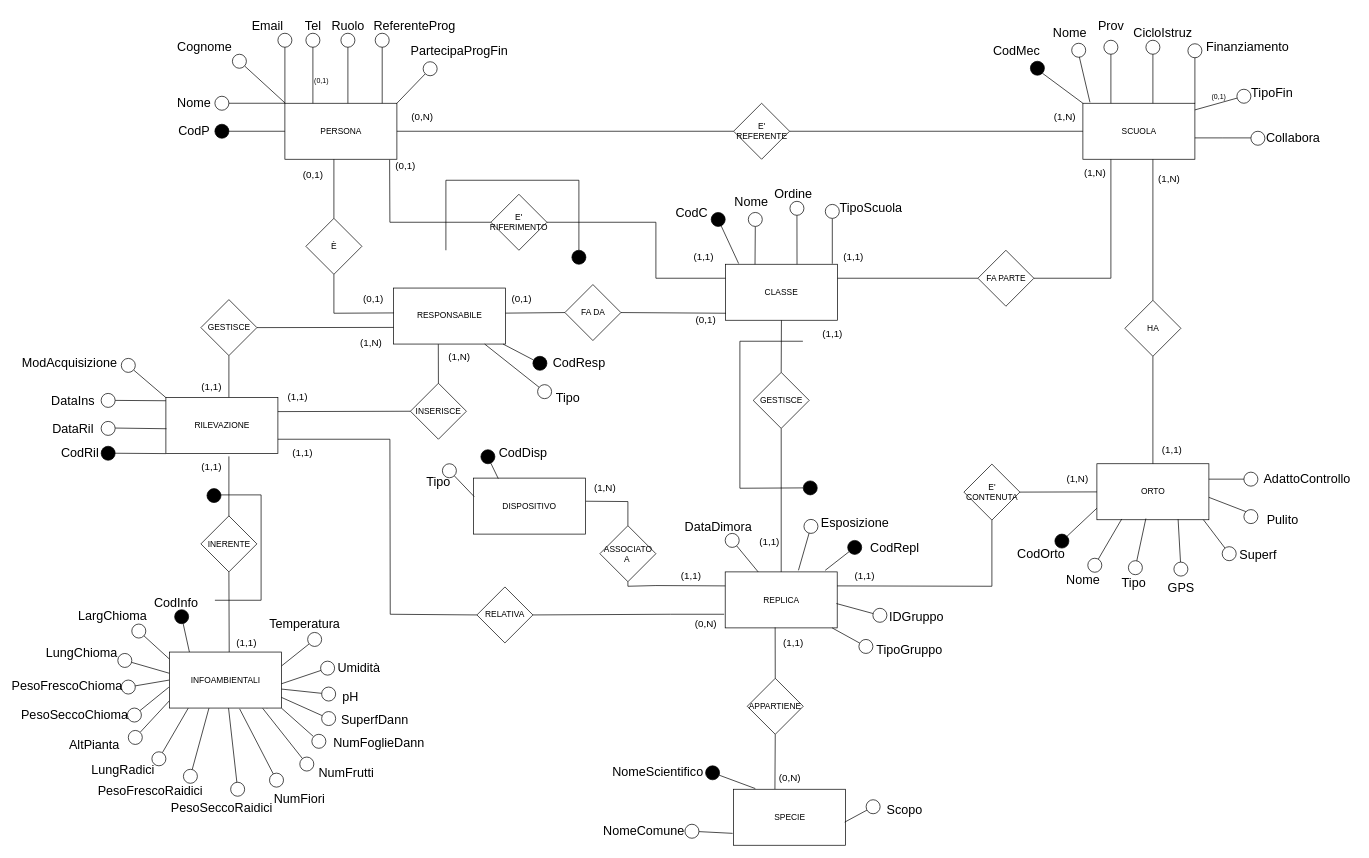
Before: Modifica/ER_restructured_modifica.drawio in pizzo-kyle/unige, a draw.io diagram. Source tidied: cells renumbered, new cells numbered last; positions are measured from the earlier drawing's top-left corner, leaving out a move shared by most shapes. Both pictures are drawn from the tidied source at 70%, with x=0, y=0 at pixel (38, 12).
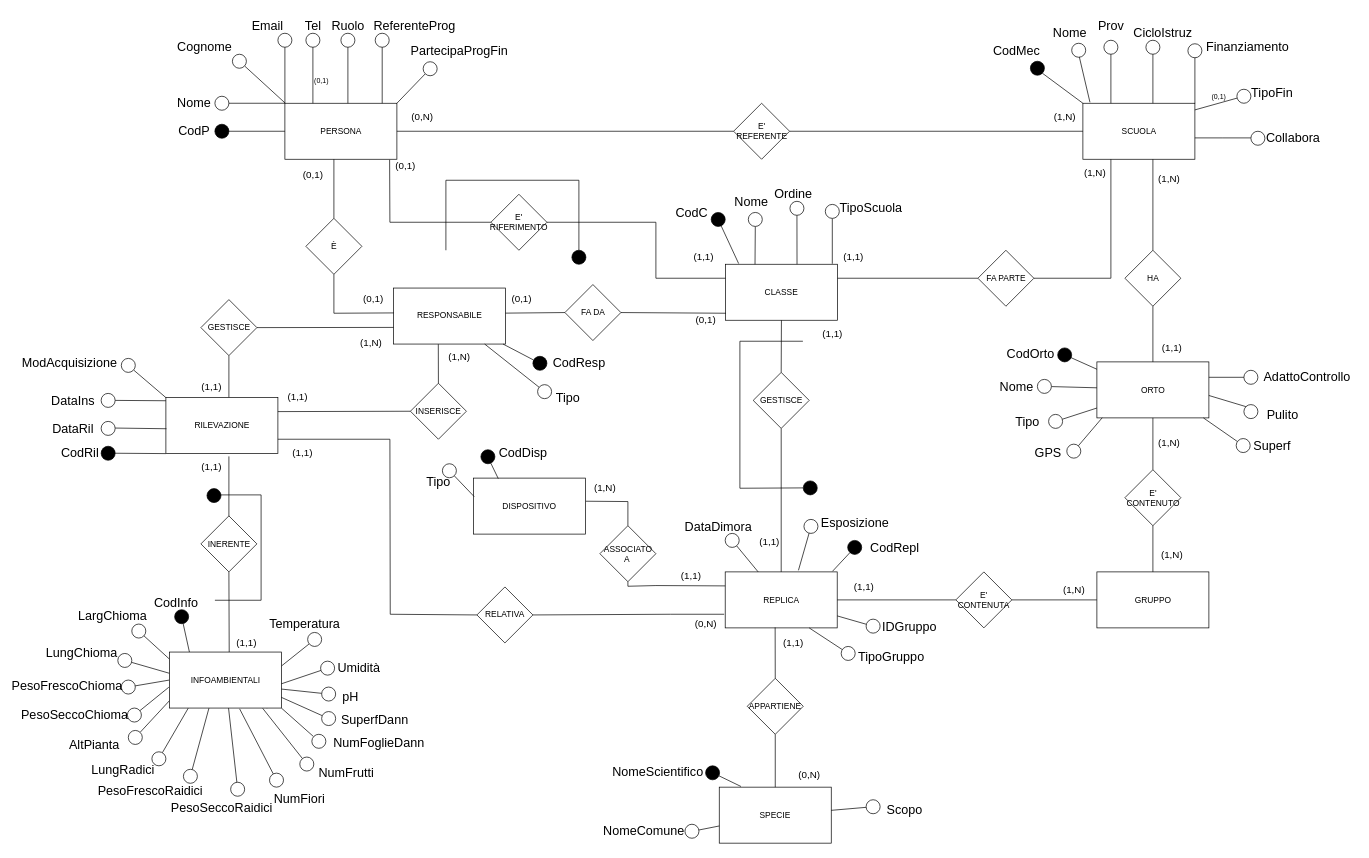
The same page after the edit.

Unchanged cells that the change refers to:
```xml
<mxCell id="9" value="REPLICA" style="rounded=0;whiteSpace=wrap;html=1;" parent="1" vertex="1">
  <mxGeometry x="981.5" y="799.5" width="160" height="80" as="geometry" />
</mxCell>
<mxCell id="160" style="ellipse;whiteSpace=wrap;html=1;fillColor=#FFFFFF;direction=south;gradientColor=none;" parent="1" vertex="1">
  <mxGeometry x="1182.8" y="1125" width="20" height="20" as="geometry" />
</mxCell>
<mxCell id="167" style="ellipse;whiteSpace=wrap;html=1;fillColor=#FFFFFF;direction=south;gradientColor=none;fontColor=#000000;" parent="1" vertex="1">
  <mxGeometry x="924" y="1160" width="20" height="20" as="geometry" />
</mxCell>
<mxCell id="180" value="APPARTIENE" style="rhombus;whiteSpace=wrap;html=1;fontColor=#000000;" parent="1" vertex="1">
  <mxGeometry x="1013" y="951.5" width="80" height="80" as="geometry" />
</mxCell>
<mxCell id="233" style="ellipse;whiteSpace=wrap;html=1;fillColor=#000000;direction=south;gradientColor=none;" parent="1" vertex="1">
  <mxGeometry x="1156.5" y="754.5" width="20" height="20" as="geometry" />
</mxCell>
```

Diff of the diagram source:
```diff
@@
     <mxCell id="6" value="ORTO" style="rounded=0;whiteSpace=wrap;html=1;" parent="1" vertex="1">
-      <mxGeometry x="1512.5" y="645" width="160" height="80" as="geometry" />
+      <mxGeometry x="1512.5" y="499.5" width="160" height="80" as="geometry" />
     </mxCell>
@@
-    <mxCell id="63" style="endArrow=none;html=1;rounded=0;entryX=0.893;entryY=-0.028;entryDx=0;entryDy=0;entryPerimeter=0;" parent="1" edge="1" source="233" target="9">
+    <mxCell id="63" style="endArrow=none;html=1;rounded=0;entryX=0.958;entryY=-0.011;entryDx=0;entryDy=0;entryPerimeter=0;" parent="1" edge="1" source="233" target="9">
       <mxGeometry relative="1" as="geometry" />
     </mxCell>
@@
-    <mxCell id="65" style="endArrow=none;html=1;rounded=0;entryX=0.993;entryY=0.565;entryDx=0;entryDy=0;fontColor=#000000;entryPerimeter=0;" parent="1" edge="1" source="67" target="9">
+    <mxCell id="65" style="endArrow=none;html=1;rounded=0;fontColor=#000000;" parent="1" edge="1" source="67" target="9">
       <mxGeometry relative="1" as="geometry" />
     </mxCell>
     <mxCell id="66" value="&lt;span style=&quot;font-size: 18px;&quot;&gt;IDGruppo&lt;/span&gt;" style="text;html=1;strokeColor=none;fillColor=none;align=center;verticalAlign=middle;whiteSpace=wrap;rounded=0;fontColor=#000000;" parent="1" vertex="1">
-      <mxGeometry x="1230" y="848.5" width="50" height="30" as="geometry" />
+      <mxGeometry x="1220.2" y="864" width="50" height="30" as="geometry" />
     </mxCell>
     <mxCell id="67" style="ellipse;whiteSpace=wrap;html=1;fillColor=#FFFFFF;direction=south;gradientColor=none;fontColor=#000000;" parent="1" vertex="1">
-      <mxGeometry x="1192.5" y="851.5" width="20" height="20" as="geometry" />
+      <mxGeometry x="1182.8" y="867" width="20" height="20" as="geometry" />
     </mxCell>
@@
     <mxCell id="71" value="&lt;span style=&quot;font-size: 18px;&quot;&gt;Nome&lt;/span&gt;" style="text;html=1;strokeColor=none;fillColor=none;align=center;verticalAlign=middle;whiteSpace=wrap;rounded=0;" parent="1" vertex="1">
-      <mxGeometry x="1462.5" y="791" width="60" height="40" as="geometry" />
+      <mxGeometry x="1367.5" y="514.5" width="60" height="40" as="geometry" />
     </mxCell>
-    <mxCell id="72" style="endArrow=none;html=1;rounded=0;entryX=0.437;entryY=0.979;entryDx=0;entryDy=0;entryPerimeter=0;" parent="1" edge="1" source="73" target="6">
+    <mxCell id="72" style="endArrow=none;html=1;rounded=0;" parent="1" edge="1" source="73" target="6">
       <mxGeometry relative="1" as="geometry" />
     </mxCell>
     <mxCell id="73" style="ellipse;whiteSpace=wrap;html=1;fillColor=#FFFFFF;direction=south;gradientColor=none;" parent="1" vertex="1">
-      <mxGeometry x="1557.5" y="783.5" width="20" height="20" as="geometry" />
+      <mxGeometry x="1443.5" y="574.5" width="20" height="20" as="geometry" />
     </mxCell>
     <mxCell id="74" value="&lt;span style=&quot;font-size: 18px;&quot;&gt;Tipo&lt;/span&gt;" style="text;html=1;strokeColor=none;fillColor=none;align=center;verticalAlign=middle;whiteSpace=wrap;rounded=0;" parent="1" vertex="1">
-      <mxGeometry x="1542.5" y="794.5" width="45" height="40" as="geometry" />
+      <mxGeometry x="1391" y="564.5" width="45" height="40" as="geometry" />
     </mxCell>
-    <mxCell id="75" style="endArrow=none;html=1;rounded=0;" parent="1" edge="1" source="78">
+    <mxCell id="75" style="endArrow=none;html=1;rounded=0;entryX=0.866;entryY=0.998;entryDx=0;entryDy=0;entryPerimeter=0;" parent="1" edge="1" source="78">
       <mxGeometry relative="1" as="geometry">
-        <mxPoint x="1628.5" y="724.2" as="targetPoint" />
+        <mxPoint x="1520.1" y="579.3" as="targetPoint" />
       </mxGeometry>
     </mxCell>
     <mxCell id="76" value="&lt;span style=&quot;font-size: 18px;&quot;&gt;GPS&lt;/span&gt;" style="text;html=1;strokeColor=none;fillColor=none;align=center;verticalAlign=middle;whiteSpace=wrap;rounded=0;" parent="1" vertex="1">
-      <mxGeometry x="1612.5" y="805.5" width="40" height="34" as="geometry" />
+      <mxGeometry x="1422.5" y="612.5" width="40" height="34" as="geometry" />
     </mxCell>
@@
     <mxCell id="78" style="ellipse;whiteSpace=wrap;html=1;fillColor=#FFFFFF;direction=south;gradientColor=none;" parent="1" vertex="1">
-      <mxGeometry x="1622.5" y="785.5" width="20" height="20" as="geometry" />
+      <mxGeometry x="1469.5" y="617" width="20" height="20" as="geometry" />
     </mxCell>
     <mxCell id="79" value="&lt;span style=&quot;font-size: 18px;&quot;&gt;Superf&lt;/span&gt;" style="text;html=1;strokeColor=none;fillColor=none;align=center;verticalAlign=middle;whiteSpace=wrap;rounded=0;" parent="1" vertex="1">
-      <mxGeometry x="1722.5" y="754.5" width="40" height="40" as="geometry" />
+      <mxGeometry x="1742.5" y="600" width="40" height="40" as="geometry" />
     </mxCell>
     <mxCell id="80" style="endArrow=none;html=1;rounded=0;exitX=0;exitY=1;exitDx=0;exitDy=0;entryX=1;entryY=1;entryDx=0;entryDy=0;" parent="1" edge="1" source="81">
       <mxGeometry relative="1" as="geometry">
-        <mxPoint x="1672.5" y="693" as="targetPoint" />
+        <mxPoint x="1672.5" y="547.5" as="targetPoint" />
       </mxGeometry>
     </mxCell>
     <mxCell id="81" style="ellipse;whiteSpace=wrap;html=1;fillColor=#FFFFFF;direction=south;gradientColor=none;" parent="1" vertex="1">
-      <mxGeometry x="1722.5" y="710.5" width="20" height="20" as="geometry" />
+      <mxGeometry x="1722.5" y="560.5" width="20" height="20" as="geometry" />
     </mxCell>
     <mxCell id="82" value="&lt;span style=&quot;font-size: 18px;&quot;&gt;Pulito&lt;/span&gt;" style="text;html=1;strokeColor=none;fillColor=none;align=center;verticalAlign=middle;whiteSpace=wrap;rounded=0;" parent="1" vertex="1">
-      <mxGeometry x="1752.5" y="704.5" width="50" height="40" as="geometry" />
+      <mxGeometry x="1752.5" y="554.5" width="50" height="40" as="geometry" />
     </mxCell>
@@
     <mxCell id="95" style="ellipse;whiteSpace=wrap;html=1;fillColor=#FFFFFF;direction=south;gradientColor=none;" parent="1" vertex="1">
-      <mxGeometry x="1691.5" y="763.5" width="20" height="20" as="geometry" />
+      <mxGeometry x="1711.5" y="609" width="20" height="20" as="geometry" />
     </mxCell>
-    <mxCell id="96" style="endArrow=none;html=1;rounded=0;exitX=0.222;exitY=0.986;exitDx=0;exitDy=0;exitPerimeter=0;" parent="1" edge="1" source="6" target="97">
-      <mxGeometry relative="1" as="geometry" />
+    <mxCell id="96" style="endArrow=none;html=1;rounded=0;" parent="1" edge="1" target="97">
+      <mxGeometry relative="1" as="geometry">
+        <mxPoint x="1512.5" y="536.5" as="sourcePoint" />
+      </mxGeometry>
     </mxCell>
     <mxCell id="97" style="ellipse;whiteSpace=wrap;html=1;fillColor=#FFFFFF;direction=south;gradientColor=none;" parent="1" vertex="1">
-      <mxGeometry x="1499.5" y="780" width="20" height="20" as="geometry" />
+      <mxGeometry x="1427.5" y="524.5" width="20" height="20" as="geometry" />
     </mxCell>
@@
     <mxCell id="156" value="SPECIE" style="rounded=0;whiteSpace=wrap;html=1;" parent="1" vertex="1">
-      <mxGeometry x="993.5" y="1110" width="160" height="80" as="geometry" />
+      <mxGeometry x="973" y="1107" width="160" height="80" as="geometry" />
     </mxCell>
@@
-    <mxCell id="159" style="endArrow=none;html=1;rounded=0;entryX=1;entryY=0.25;entryDx=0;entryDy=0;" parent="1" edge="1" source="160">
-      <mxGeometry relative="1" as="geometry">
-        <mxPoint x="1152.2" y="1157" as="targetPoint" />
-      </mxGeometry>
+    <mxCell id="159" style="endArrow=none;html=1;rounded=0;" parent="1" edge="1" source="160" target="156">
+      <mxGeometry relative="1" as="geometry" />
     </mxCell>
@@
-    <mxCell id="161" style="endArrow=none;html=1;rounded=0;entryX=-0.009;entryY=0.413;entryDx=0;entryDy=0;entryPerimeter=0;fontColor=#000000;" parent="1" edge="1" source="167">
-      <mxGeometry relative="1" as="geometry">
-        <mxPoint x="992.1" y="1173" as="targetPoint" />
-      </mxGeometry>
+    <mxCell id="161" style="endArrow=none;html=1;rounded=0;fontColor=#000000;" parent="1" edge="1" source="167" target="156">
+      <mxGeometry relative="1" as="geometry" />
     </mxCell>
@@
     <mxCell id="174" value="HA" style="rhombus;whiteSpace=wrap;html=1;" parent="1" vertex="1">
-      <mxGeometry x="1552.5" y="411.5" width="80" height="80" as="geometry" />
+      <mxGeometry x="1552.5" y="340" width="80" height="80" as="geometry" />
     </mxCell>
@@
     <mxCell id="177" value="&lt;font style=&quot;font-size: 14px;&quot;&gt;(1,1)&lt;/font&gt;" style="text;html=1;strokeColor=none;fillColor=none;align=center;verticalAlign=middle;whiteSpace=wrap;rounded=0;" parent="1" vertex="1">
-      <mxGeometry x="1596.5" y="614.5" width="46" height="20" as="geometry" />
+      <mxGeometry x="1596.5" y="469" width="46" height="20" as="geometry" />
     </mxCell>
@@
-    <mxCell id="182" style="endArrow=none;html=1;rounded=0;entryX=0.369;entryY=-0.003;entryDx=0;entryDy=0;exitX=0.5;exitY=1;exitDx=0;exitDy=0;entryPerimeter=0;fontColor=#000000;" parent="1" edge="1" source="180" target="156">
+    <mxCell id="182" style="endArrow=none;html=1;rounded=0;entryX=0.5;entryY=0;entryDx=0;entryDy=0;exitX=0.5;exitY=1;exitDx=0;exitDy=0;fontColor=#000000;" parent="1" edge="1" source="180" target="156">
       <mxGeometry relative="1" as="geometry" />
     </mxCell>
     <mxCell id="183" value="&lt;font style=&quot;font-size: 14px;&quot;&gt;(&lt;font&gt;0&lt;/font&gt;,N)&lt;/font&gt;" style="text;html=1;strokeColor=none;fillColor=none;align=center;verticalAlign=middle;whiteSpace=wrap;rounded=0;fontColor=#000000;" parent="1" vertex="1">
-      <mxGeometry x="1050.5" y="1083" width="46" height="20" as="geometry" />
+      <mxGeometry x="1078.5" y="1080" width="46" height="20" as="geometry" />
     </mxCell>
@@
     <mxCell id="188" value="E' CONTENUTA" style="rhombus;whiteSpace=wrap;html=1;" parent="1" vertex="1">
-      <mxGeometry x="1322.5" y="645.5" width="80" height="80" as="geometry" />
+      <mxGeometry x="1311" y="799.5" width="80" height="80" as="geometry" />
     </mxCell>
-    <mxCell id="189" style="endArrow=none;html=1;rounded=0;entryX=1;entryY=0.25;entryDx=0;entryDy=0;exitX=0.5;exitY=1;exitDx=0;exitDy=0;" parent="1" edge="1" source="188" target="9">
-      <mxGeometry relative="1" as="geometry">
-        <Array as="points">
-          <mxPoint x="1362.5" y="820" />
-        </Array>
-      </mxGeometry>
+    <mxCell id="189" style="endArrow=none;html=1;rounded=0;entryX=1;entryY=0.5;entryDx=0;entryDy=0;exitX=0;exitY=0.5;exitDx=0;exitDy=0;" parent="1" edge="1" source="188" target="9">
+      <mxGeometry relative="1" as="geometry" />
     </mxCell>
-    <mxCell id="190" style="endArrow=none;html=1;rounded=0;exitX=1;exitY=0.5;exitDx=0;exitDy=0;" parent="1" edge="1" source="188" target="6">
+    <mxCell id="190" style="endArrow=none;html=1;rounded=0;exitX=1;exitY=0.5;exitDx=0;exitDy=0;" parent="1" edge="1" source="188" target="270">
       <mxGeometry relative="1" as="geometry" />
     </mxCell>
@@
     <mxCell id="208" value="&lt;font style=&quot;font-size: 14px;&quot;&gt;(1,1)&lt;/font&gt;" style="text;html=1;strokeColor=none;fillColor=none;align=center;verticalAlign=middle;whiteSpace=wrap;rounded=0;" parent="1" vertex="1">
-      <mxGeometry x="1157.5" y="794.5" width="46" height="20" as="geometry" />
+      <mxGeometry x="1156.5" y="811" width="46" height="20" as="geometry" />
     </mxCell>
     <mxCell id="209" value="&lt;font style=&quot;font-size: 14px;&quot;&gt;(1,N)&lt;/font&gt;" style="text;html=1;strokeColor=none;fillColor=none;align=center;verticalAlign=middle;whiteSpace=wrap;rounded=0;" parent="1" vertex="1">
-      <mxGeometry x="1461.5" y="657" width="46" height="20" as="geometry" />
+      <mxGeometry x="1456.5" y="814.5" width="46" height="20" as="geometry" />
     </mxCell>
@@
     <mxCell id="227" style="ellipse;whiteSpace=wrap;html=1;fillColor=#FFFFFF;direction=south;gradientColor=none;" parent="1" vertex="1">
-      <mxGeometry x="1722.5" y="657" width="20" height="20" as="geometry" />
+      <mxGeometry x="1722.5" y="511.5" width="20" height="20" as="geometry" />
     </mxCell>
     <mxCell id="228" value="&lt;span style=&quot;font-size: 18px;&quot;&gt;AdattoControllo&lt;/span&gt;" style="text;html=1;strokeColor=none;fillColor=none;align=center;verticalAlign=middle;whiteSpace=wrap;rounded=0;" parent="1" vertex="1">
-      <mxGeometry x="1742.5" y="652" width="140" height="30" as="geometry" />
+      <mxGeometry x="1742.5" y="506.5" width="140" height="30" as="geometry" />
     </mxCell>
     <mxCell id="229" style="endArrow=none;html=1;rounded=0;exitX=1;exitY=1;exitDx=0;exitDy=0;" parent="1" edge="1">
       <mxGeometry relative="1" as="geometry">
-        <mxPoint x="1672.5" y="667" as="sourcePoint" />
-        <mxPoint x="1722.5" y="667" as="targetPoint" />
+        <mxPoint x="1672.5" y="521.5" as="sourcePoint" />
+        <mxPoint x="1722.5" y="521.5" as="targetPoint" />
       </mxGeometry>
     </mxCell>
@@
-    <mxCell id="258" style="endArrow=none;html=1;rounded=0;exitX=1;exitY=0.5;exitDx=0;exitDy=0;" parent="1" edge="1" target="259">
+    <mxCell id="258" style="endArrow=none;html=1;rounded=0;" parent="1" edge="1" target="259">
       <mxGeometry relative="1" as="geometry">
-        <mxPoint x="1512.5" y="708.5" as="sourcePoint" />
+        <mxPoint x="1512.5" y="510" as="sourcePoint" />
       </mxGeometry>
     </mxCell>
     <mxCell id="259" style="ellipse;whiteSpace=wrap;html=1;fillColor=#000000;direction=south;gradientColor=none;" parent="1" vertex="1">
-      <mxGeometry x="1452.5" y="745.5" width="20" height="20" as="geometry" />
+      <mxGeometry x="1456.5" y="479.5" width="20" height="20" as="geometry" />
     </mxCell>
     <mxCell id="260" value="&lt;span style=&quot;font-size: 18px;&quot;&gt;CodOrto&lt;/span&gt;" style="text;html=1;strokeColor=none;fillColor=none;align=center;verticalAlign=middle;whiteSpace=wrap;rounded=0;" parent="1" vertex="1">
-      <mxGeometry x="1402.5" y="753.5" width="60" height="40" as="geometry" />
+      <mxGeometry x="1387.5" y="469" width="60" height="40" as="geometry" />
     </mxCell>
@@
-    <mxCell id="267" style="endArrow=none;html=1;rounded=0;fontColor=#000000;" parent="1" edge="1" source="269" target="9">
+    <mxCell id="267" style="endArrow=none;html=1;rounded=0;fontColor=#000000;entryX=0.75;entryY=1;entryDx=0;entryDy=0;" parent="1" edge="1" source="269" target="9">
       <mxGeometry relative="1" as="geometry" />
     </mxCell>
     <mxCell id="268" value="&lt;span style=&quot;font-size: 18px;&quot;&gt;TipoGruppo&lt;/span&gt;" style="text;html=1;strokeColor=none;fillColor=none;align=center;verticalAlign=middle;whiteSpace=wrap;rounded=0;fontColor=#000000;" parent="1" vertex="1">
-      <mxGeometry x="1219.5" y="896" width="50" height="30" as="geometry" />
+      <mxGeometry x="1194.2" y="906" width="50" height="30" as="geometry" />
     </mxCell>
     <mxCell id="269" style="ellipse;whiteSpace=wrap;html=1;fillColor=#FFFFFF;direction=south;gradientColor=none;fontColor=#000000;" parent="1" vertex="1">
-      <mxGeometry x="1172.5" y="896" width="20" height="20" as="geometry" />
+      <mxGeometry x="1147.2" y="906" width="20" height="20" as="geometry" />
     </mxCell>
+    <mxCell id="270" value="GRUPPO" style="rounded=0;whiteSpace=wrap;html=1;" parent="1" vertex="1">
+      <mxGeometry x="1512.5" y="799.5" width="160" height="80" as="geometry" />
+    </mxCell>
+    <mxCell id="271" value="E' CONTENUTO" style="rhombus;whiteSpace=wrap;html=1;" parent="1" vertex="1">
+      <mxGeometry x="1552.5" y="653.5" width="80" height="80" as="geometry" />
+    </mxCell>
+    <mxCell id="272" style="endArrow=none;html=1;rounded=0;exitX=0.5;exitY=0;exitDx=0;exitDy=0;entryX=0.5;entryY=1;entryDx=0;entryDy=0;" parent="1" edge="1" source="271" target="6">
+      <mxGeometry relative="1" as="geometry" />
+    </mxCell>
+    <mxCell id="273" style="endArrow=none;html=1;rounded=0;exitX=0.5;exitY=0;exitDx=0;exitDy=0;entryX=0.5;entryY=1;entryDx=0;entryDy=0;" parent="1" edge="1" source="270" target="271">
+      <mxGeometry relative="1" as="geometry" />
+    </mxCell>
+    <mxCell id="274" value="&lt;font style=&quot;font-size: 14px;&quot;&gt;(1,N)&lt;/font&gt;" style="text;html=1;strokeColor=none;fillColor=none;align=center;verticalAlign=middle;whiteSpace=wrap;rounded=0;" parent="1" vertex="1">
+      <mxGeometry x="1592.5" y="605" width="46" height="20" as="geometry" />
+    </mxCell>
+    <mxCell id="275" value="&lt;font style=&quot;font-size: 14px;&quot;&gt;(1,N)&lt;/font&gt;" style="text;html=1;strokeColor=none;fillColor=none;align=center;verticalAlign=middle;whiteSpace=wrap;rounded=0;" parent="1" vertex="1">
+      <mxGeometry x="1596.5" y="764.5" width="46" height="20" as="geometry" />
+    </mxCell>
```
